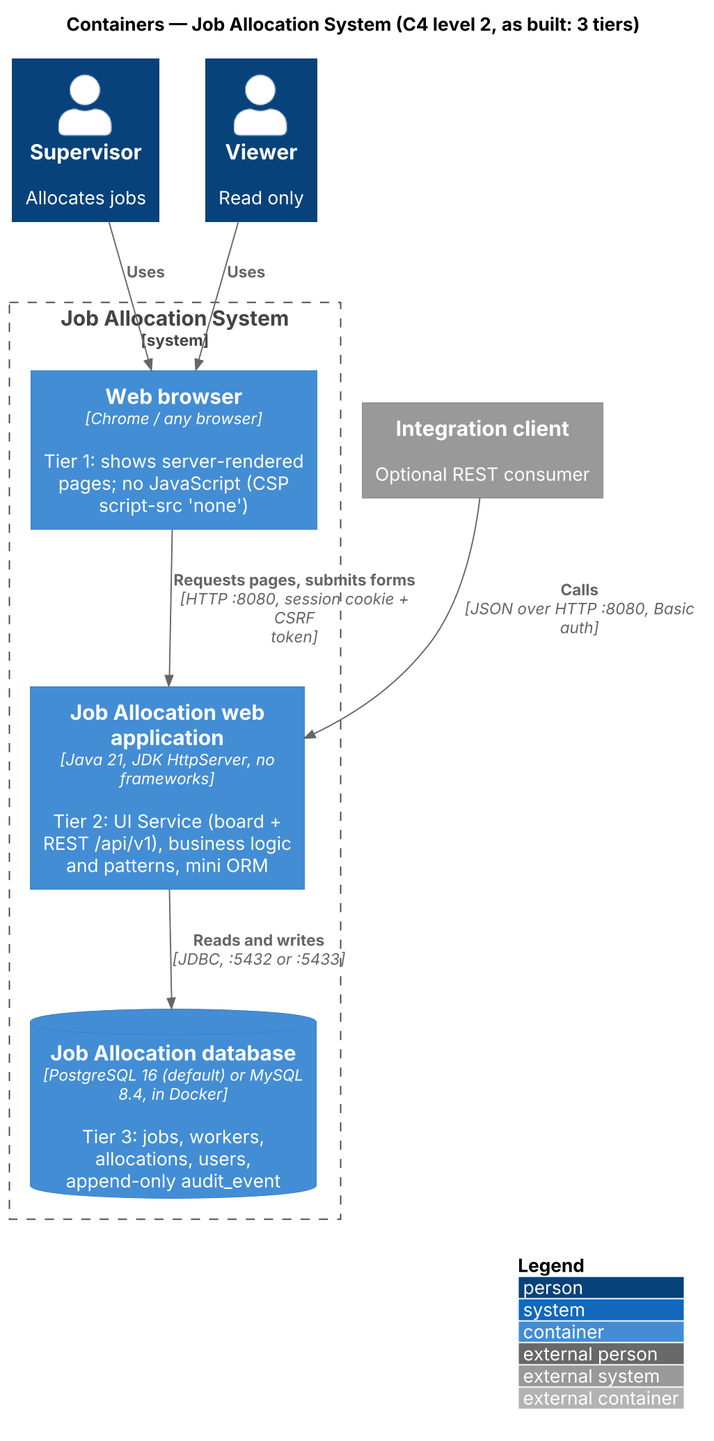
Earlier version of the PlantUML export diagrams/png/21-c4-container.png (jaricsng/ooad-3tier-job-allocation). Its diagram source:
```plantuml
@startuml
skinparamlocked dpi 180
!include <C4/C4_Container>
LAYOUT_WITH_LEGEND()
title Containers — Job Allocation System (C4 level 2, as built: 3 tiers)

Person(supervisor, "Supervisor", "Allocates jobs")
Person(viewer, "Viewer", "Read only")
System_Ext(client, "Integration client", "Optional REST consumer")

System_Boundary(sys, "Job Allocation System") {
  Container(browser, "Web browser", "Chrome / any browser", "Tier 1: shows server-rendered pages; no JavaScript (CSP script-src 'none')")
  Container(app, "Job Allocation web application", "Java 21, JDK HttpServer, no frameworks", "Tier 2: UI Service (board + REST /api/v1), business logic and patterns, mini ORM")
  ContainerDb(db, "Job Allocation database", "PostgreSQL 16 (default) or MySQL 8.4, in Docker", "Tier 3: jobs, workers, allocations, users, append-only audit_event")
}

Rel(supervisor, browser, "Uses")
Rel(viewer, browser, "Uses")
Rel(browser, app, "Requests pages, submits forms", "HTTP :8080, session cookie + CSRF token")
Rel(client, app, "Calls", "JSON over HTTP :8080, Basic auth")
Rel(app, db, "Reads and writes", "JDBC, :5432 or :5433")
@enduml
```
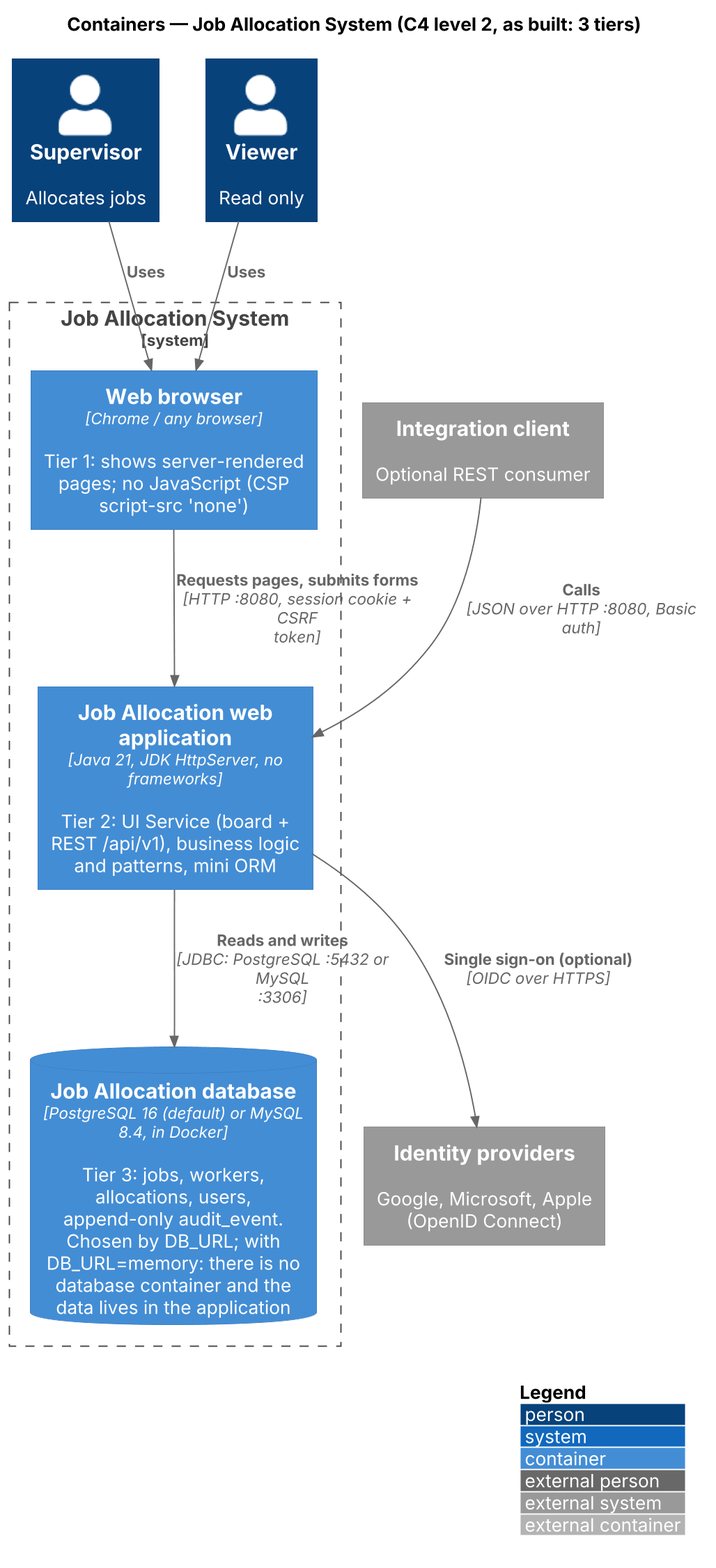
Above is the later version.

Diff of the diagram source:
```diff
@@ -7,16 +7,18 @@
 Person(supervisor, "Supervisor", "Allocates jobs")
 Person(viewer, "Viewer", "Read only")
 System_Ext(client, "Integration client", "Optional REST consumer")
+System_Ext(idp, "Identity providers", "Google, Microsoft, Apple (OpenID Connect)")
 
 System_Boundary(sys, "Job Allocation System") {
   Container(browser, "Web browser", "Chrome / any browser", "Tier 1: shows server-rendered pages; no JavaScript (CSP script-src 'none')")
   Container(app, "Job Allocation web application", "Java 21, JDK HttpServer, no frameworks", "Tier 2: UI Service (board + REST /api/v1), business logic and patterns, mini ORM")
-  ContainerDb(db, "Job Allocation database", "PostgreSQL 16 (default) or MySQL 8.4, in Docker", "Tier 3: jobs, workers, allocations, users, append-only audit_event")
+  ContainerDb(db, "Job Allocation database", "PostgreSQL 16 (default) or MySQL 8.4, in Docker", "Tier 3: jobs, workers, allocations, users, append-only audit_event. Chosen by DB_URL; with DB_URL=memory: there is no database container and the data lives in the application")
 }
 
 Rel(supervisor, browser, "Uses")
 Rel(viewer, browser, "Uses")
 Rel(browser, app, "Requests pages, submits forms", "HTTP :8080, session cookie + CSRF token")
 Rel(client, app, "Calls", "JSON over HTTP :8080, Basic auth")
-Rel(app, db, "Reads and writes", "JDBC, :5432 or :5433")
+Rel(app, db, "Reads and writes", "JDBC: PostgreSQL :5432 or MySQL :3306")
+Rel(app, idp, "Single sign-on (optional)", "OIDC over HTTPS")
 @enduml
```
